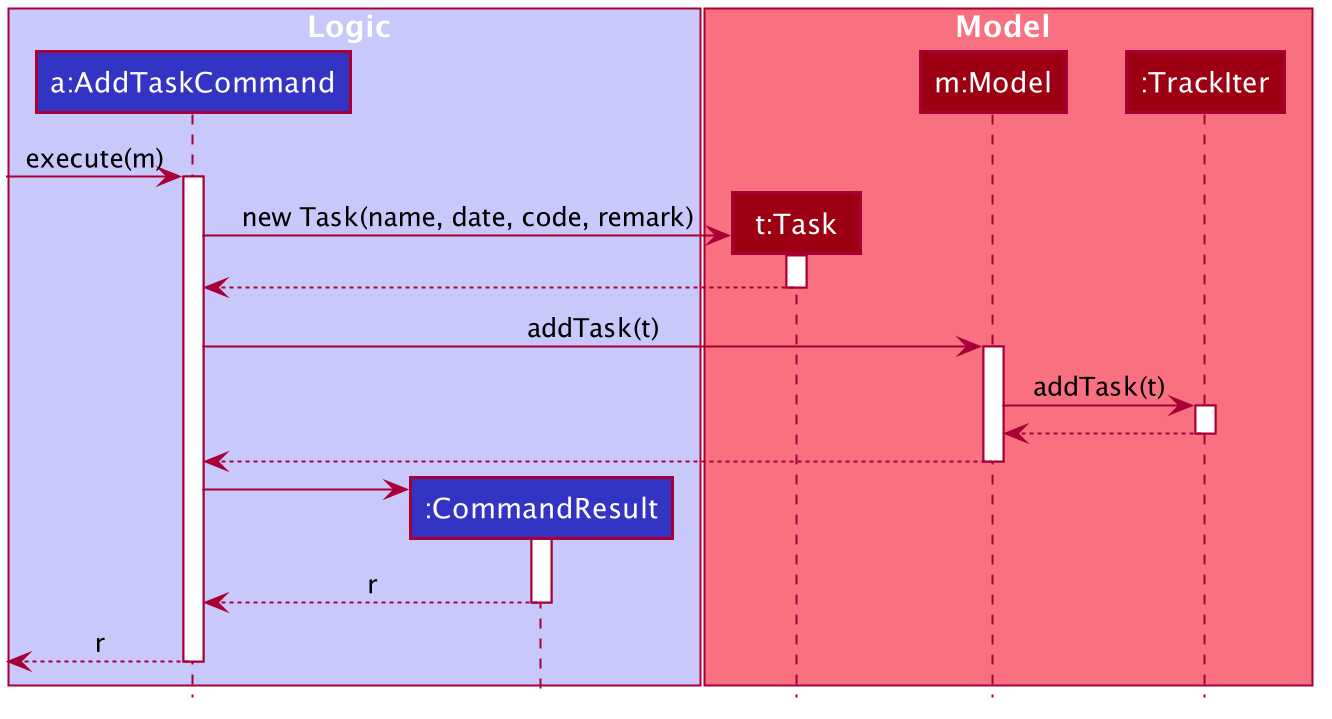
The PlantUML diagram docs/images/AddTaskSequenceDiagram.png in simonteozw/tp, before a commit. Source of this version:
```plantuml
@startuml








skinparam BackgroundColor #FFFFFFF

skinparam Shadowing false

skinparam Class {
    FontColor #FFFFFF
    BorderThickness 1
    BorderColor #FFFFFF
    StereotypeFontColor #FFFFFF
    FontName Arial
}

skinparam Actor {
    BorderColor #000000
    Color #000000
    FontName Arial
}

skinparam Sequence {
    MessageAlign center
    BoxFontSize 15
    BoxPadding 0
    BoxFontColor #FFFFFF
    FontName Arial
}

skinparam Participant {
    FontColor #FFFFFFF
    Padding 20
}

skinparam MinClassWidth 50
skinparam ParticipantPadding 10
skinparam Shadowing false
skinparam DefaultTextAlignment center
skinparam packageStyle Rectangle

hide footbox
hide members
hide circle

box Logic #C8C8FA
participant "a:AddTaskCommand" as AddTaskCommand #3333C4
participant ":CommandResult" as CommandResult #3333C4
end box

box Model #F97181
participant "t:Task" as Task #9D0012
participant "m:Model" as Model #9D0012
participant ":TrackIter" as TrackIter #9D0012
end box

[-> AddTaskCommand : execute(m)
activate AddTaskCommand

create Task
AddTaskCommand -> Task : new Task(name, date, code, remark)
activate Task

Task --> AddTaskCommand
deactivate Task

AddTaskCommand -> Model : addTask(t)
activate Model

Model -> TrackIter : addTask(t)
activate TrackIter

TrackIter --> Model
deactivate TrackIter

Model --> AddTaskCommand
deactivate Model

create CommandResult
AddTaskCommand -> CommandResult
activate CommandResult

CommandResult --> AddTaskCommand : r
deactivate CommandResult

[<--AddTaskCommand : r
deactivate AddTaskCommand



@enduml
```
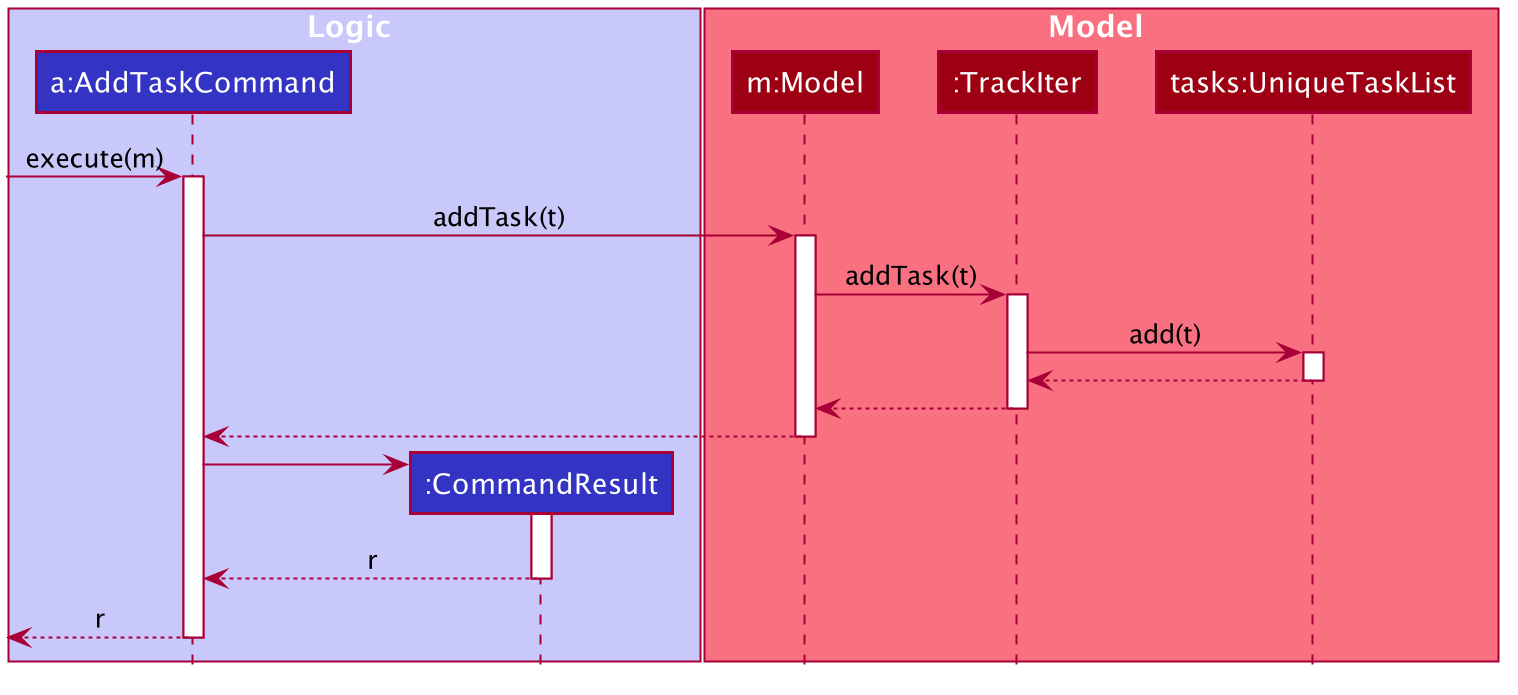
The same file after the commit.

Commit message:
Add Sequence diagrams for add delete and edit commands

What changed in the source:
```diff
@@ -54,26 +54,25 @@
 end box
 
 box Model #F97181
-participant "t:Task" as Task #9D0012
 participant "m:Model" as Model #9D0012
 participant ":TrackIter" as TrackIter #9D0012
+participant "tasks:UniqueTaskList" as UniqueTaskList #9D0012
 end box
 
 [-> AddTaskCommand : execute(m)
 activate AddTaskCommand
-
-create Task
-AddTaskCommand -> Task : new Task(name, date, code, remark)
-activate Task
-
-Task --> AddTaskCommand
-deactivate Task
 
 AddTaskCommand -> Model : addTask(t)
 activate Model
 
 Model -> TrackIter : addTask(t)
 activate TrackIter
+
+TrackIter -> UniqueTaskList : add(t)
+activate UniqueTaskList
+
+UniqueTaskList --> TrackIter
+deactivate UniqueTaskList
 
 TrackIter --> Model
 deactivate TrackIter
```
